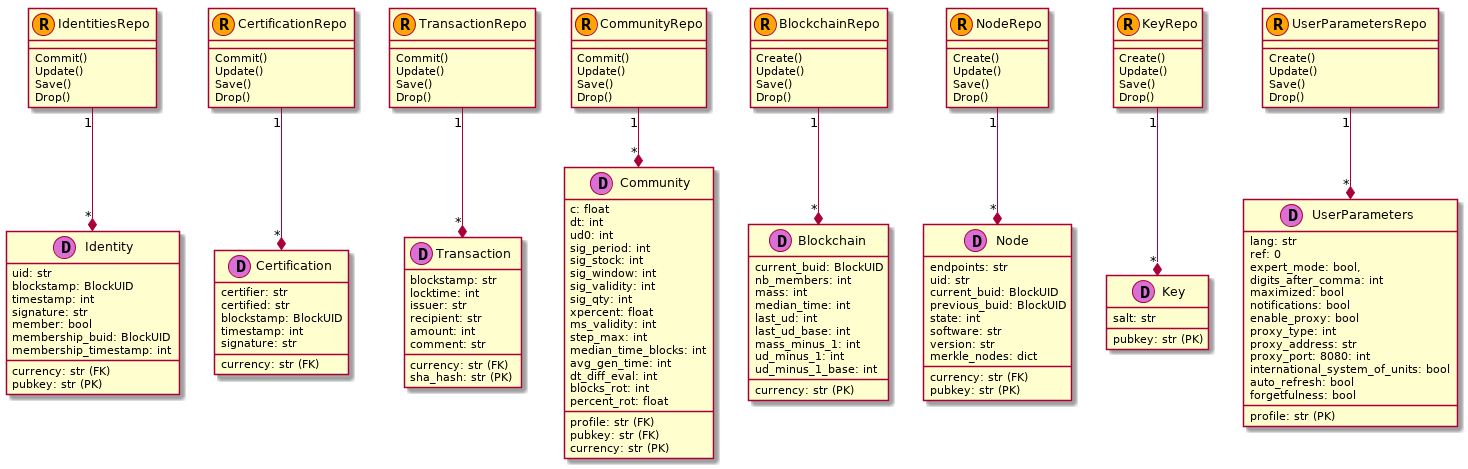
Earlier version of the PlantUML export doc/uml/data.png (duniter/sakia). Source of this version:
```plantuml
@startuml



class Identity << (D,orchid) >> {
    currency: str (FK)
    uid: str
    pubkey: str (PK)
    blockstamp: BlockUID
    timestamp: int
    signature: str
    member: bool
    membership_buid: BlockUID
    membership_timestamp: int
}

class Certification << (D,orchid) >> {
    currency: str (FK)
    certifier: str
    certified: str
    blockstamp: BlockUID
    timestamp: int
    signature: str
}

class Transaction  << (D,orchid) >> {
    currency: str (FK)
    blockstamp: str
    locktime: int
    issuer: str
    recipient: str
    amount: int
    comment: str
    sha_hash: str (PK)
}

class Community  << (D,orchid) >> {
    profile: str (FK)
    pubkey: str (FK)
    currency: str (PK)
    c: float
    dt: int
    ud0: int
    sig_period: int
    sig_stock: int
    sig_window: int
    sig_validity: int
    sig_qty: int
    xpercent: float
    ms_validity: int
    step_max: int
    median_time_blocks: int
    avg_gen_time: int
    dt_diff_eval: int
    blocks_rot: int
    percent_rot: float
}

class Blockchain  << (D,orchid) >> {
    currency: str (PK)
    current_buid: BlockUID
    nb_members: int
    mass: int
    median_time: int
    last_ud: int
    last_ud_base: int
    mass_minus_1: int
    ud_minus_1: int
    ud_minus_1_base: int
}

class Node  << (D,orchid) >> {
    currency: str (FK)
    endpoints: str
    uid: str
    pubkey: str (PK)
    current_buid: BlockUID
    previous_buid: BlockUID
    state: int
    software: str
    version: str
    merkle_nodes: dict
}

class Key  << (D,orchid) >> {
    pubkey: str (PK)
    salt: str
}

class UserParameters  << (D,orchid) >> {
    profile: str (PK)
    lang: str
    ref: 0
    expert_mode: bool,
    digits_after_comma: int
    maximized: bool
    notifications: bool
    enable_proxy: bool
    proxy_type: int
    proxy_address: str
    proxy_port: 8080: int
    international_system_of_units: bool
    auto_refresh: bool
    forgetfulness: bool
}

class UserParametersRepo << (R,orange) >> {
    Create()
    Update()
    Save()
    Drop()
}


class KeyRepo << (R,orange) >>  {
    Create()
    Update()
    Save()
    Drop()
}


class NodeRepo << (R,orange) >>   {
    Create()
    Update()
    Save()
    Drop()
}

class BlockchainRepo << (R,orange) >>  {
    Create()
    Update()
    Save()
    Drop()
}
class CommunityRepo << (R,orange) >>  {
    Commit()
    Update()
    Save()
    Drop()
}
class TransactionRepo << (R,orange) >>  {
    Commit()
    Update()
    Save()
    Drop()
}
class CertificationRepo  << (R,orange) >> {
    Commit()
    Update()
    Save()
    Drop()
}
class IdentitiesRepo  << (R,orange) >>  {
    Commit()
    Update()
    Save()
    Drop()
}

IdentitiesRepo "1" --* "*" Identity

CertificationRepo "1" --* "*" Certification

TransactionRepo "1" --* "*" Transaction

CommunityRepo "1" --* "*" Community

BlockchainRepo "1" --* "*" Blockchain

NodeRepo "1" --* "*" Node

KeyRepo "1" --* "*" Key

UserParametersRepo "1" --* "*" UserParameters


@enduml
```
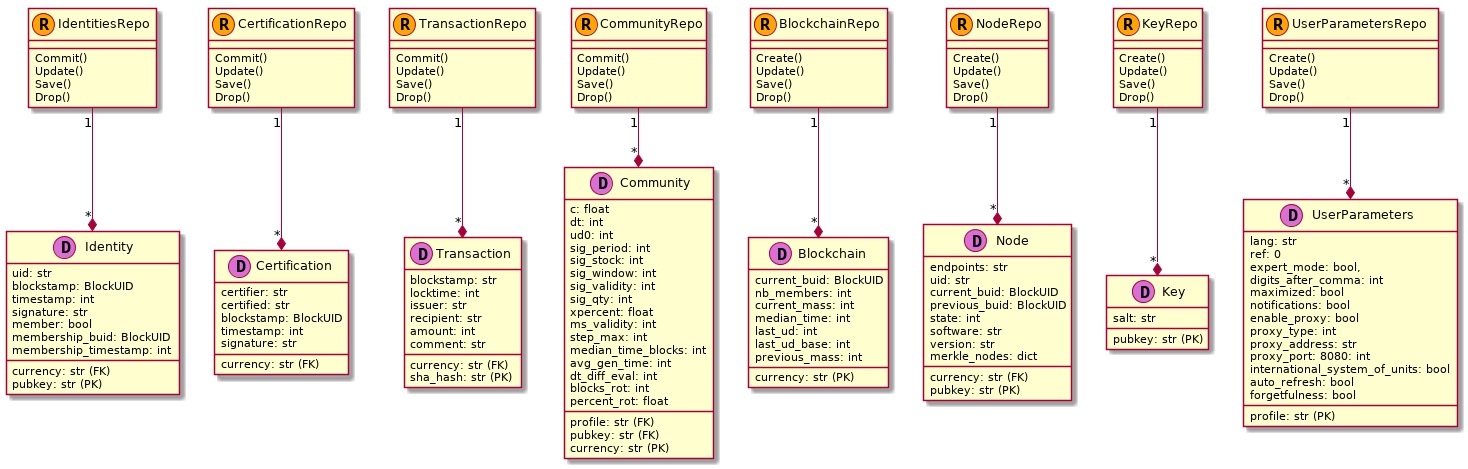
Above is the later version.

Change to the diagram source:
```diff
@@ -60,13 +60,11 @@
     currency: str (PK)
     current_buid: BlockUID
     nb_members: int
-    mass: int
+    current_mass: int
     median_time: int
     last_ud: int
     last_ud_base: int
-    mass_minus_1: int
-    ud_minus_1: int
-    ud_minus_1_base: int
+    previous_mass: int
 }
 
 class Node  << (D,orchid) >> {
```
